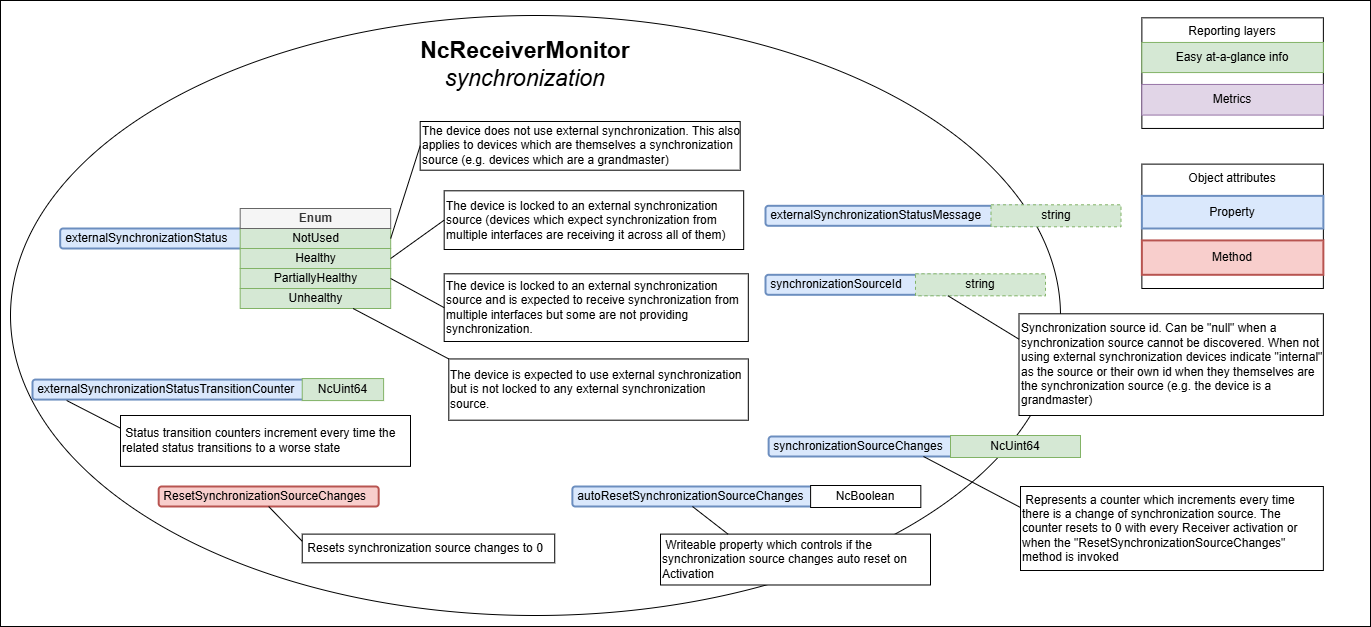
This is docs/images/receiver-model-synchronization.png from AMWA-TV/bcp-008-01, a draw.io export, as it was before one commit. Source tidied: cells renumbered, new cells last; positions are measured from the earlier drawing's top-left corner, leaving out a move shared by most shapes.
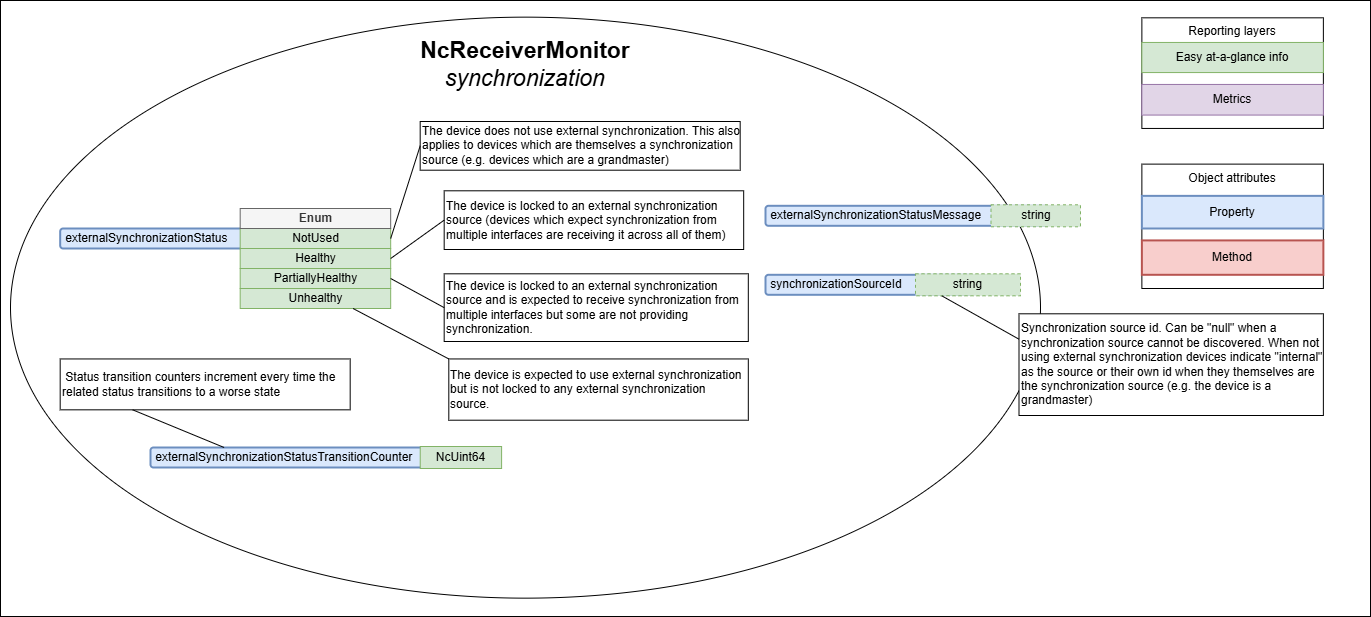
The same diagram one commit later.

Change to the diagram source:
```diff
@@ -3,10 +3,10 @@
     <mxCell id="0" />
     <mxCell id="1" parent="0" />
     <mxCell id="2" style="rounded=0;whiteSpace=wrap;html=1;" parent="1" vertex="1">
-      <mxGeometry width="1370" height="626" as="geometry" />
+      <mxGeometry width="1370" height="616" as="geometry" />
     </mxCell>
     <mxCell id="3" style="ellipse;whiteSpace=wrap;html=1;" parent="1" vertex="1">
-      <mxGeometry x="10" y="15" width="1050" height="600" as="geometry" />
+      <mxGeometry x="10" y="16.7" width="1030" height="581" as="geometry" />
     </mxCell>
     <mxCell id="4" value="Reporting layers" style="rounded=0;whiteSpace=wrap;html=1;horizontal=1;verticalAlign=top;" parent="1" vertex="1">
       <mxGeometry x="1141.4" y="17.3" width="181.5" height="110.6" as="geometry" />
@@ -45,7 +45,7 @@
       <mxGeometry x="765" y="274.3" width="206.5" height="20" as="geometry" />
     </mxCell>
     <mxCell id="16" value="string" style="rounded=0;whiteSpace=wrap;html=1;dashed=1;fillColor=#d5e8d4;strokeColor=#82b366;" parent="1" vertex="1">
-      <mxGeometry x="915" y="273.3" width="130" height="22" as="geometry" />
+      <mxGeometry x="915" y="273.3" width="105" height="22" as="geometry" />
     </mxCell>
     <mxCell id="17" value="The device is locked to an external&amp;nbsp;&lt;span style=&quot;background-color: initial;&quot;&gt;synchronization source&amp;nbsp;&lt;/span&gt;(devices which expect synchronization from multiple interfaces are receiving it across all of them)" style="text;html=1;strokeColor=default;fillColor=default;align=left;verticalAlign=middle;whiteSpace=wrap;rounded=0;" parent="1" vertex="1">
       <mxGeometry x="443.7" y="190.3" width="299.5" height="58.7" as="geometry" />
@@ -81,7 +81,7 @@
       <mxGeometry x="765" y="205.3" width="283" height="20" as="geometry" />
     </mxCell>
     <mxCell id="28" value="string" style="rounded=0;whiteSpace=wrap;html=1;dashed=1;fillColor=#d5e8d4;strokeColor=#82b366;" parent="1" vertex="1">
-      <mxGeometry x="990.5" y="204.3" width="130" height="22" as="geometry" />
+      <mxGeometry x="990.5" y="204.3" width="89.5" height="22" as="geometry" />
     </mxCell>
     <mxCell id="29" style="endArrow=none;html=1;rounded=0;entryX=0;entryY=0.5;entryDx=0;entryDy=0;exitX=1;exitY=0.5;exitDx=0;exitDy=0;" parent="1" edge="1" source="26" target="25">
       <mxGeometry relative="1" as="geometry" />
@@ -89,49 +89,31 @@
     <mxCell id="30" style="endArrow=none;html=1;rounded=0;entryX=0;entryY=0.5;entryDx=0;entryDy=0;exitX=1;exitY=0.5;exitDx=0;exitDy=0;" parent="1" edge="1" source="18" target="17">
       <mxGeometry relative="1" as="geometry" />
     </mxCell>
-    <mxCell id="31" value="&amp;nbsp;ResetSynchronizationSourceChanges" style="rounded=1;whiteSpace=wrap;html=1;align=left;fillColor=#f8cecc;strokeColor=#b85450;strokeWidth=2;" parent="1" vertex="1">
-      <mxGeometry x="158.2" y="486" width="220" height="20" as="geometry" />
-    </mxCell>
-    <mxCell id="32" value="&amp;nbsp;Resets synchronization source changes to 0" style="text;html=1;strokeColor=default;fillColor=default;align=left;verticalAlign=middle;whiteSpace=wrap;rounded=0;" parent="1" vertex="1">
-      <mxGeometry x="301.7" y="533.6" width="252.5" height="28.7" as="geometry" />
-    </mxCell>
-    <mxCell id="33" style="endArrow=none;html=1;rounded=0;entryX=0;entryY=0.25;entryDx=0;entryDy=0;exitX=0.5;exitY=1;exitDx=0;exitDy=0;" parent="1" edge="1" source="31" target="32">
-      <mxGeometry relative="1" as="geometry" />
+    <mxCell id="33" style="endArrow=none;html=1;rounded=0;entryX=0;entryY=0.25;entryDx=0;entryDy=0;exitX=0.5;exitY=1;exitDx=0;exitDy=0;" parent="1" edge="1" target="x">
+      <mxGeometry relative="1" as="geometry">
+        <mxPoint x="268.2" y="506" as="sourcePoint" />
+      </mxGeometry>
     </mxCell>
-    <mxCell id="34" value="&amp;nbsp;synchronizationSourceChanges" style="rounded=1;whiteSpace=wrap;html=1;align=left;fillColor=#dae8fc;strokeColor=#6c8ebf;strokeWidth=2;" parent="1" vertex="1">
-      <mxGeometry x="768.1" y="436" width="206.5" height="20" as="geometry" />
-    </mxCell>
-    <mxCell id="35" value="NcUint64" style="rounded=0;whiteSpace=wrap;html=1;fillColor=#d5e8d4;strokeColor=#82b366;" parent="1" vertex="1">
-      <mxGeometry x="950" y="435" width="130" height="22" as="geometry" />
-    </mxCell>
-    <mxCell id="36" value="&amp;nbsp;Represents a counter which increments every time there is a change of synchronization source. The counter resets to 0 with every Receiver activation or when the &quot;ResetSynchronizationSourceChanges&quot; method is invoked" style="text;html=1;strokeColor=default;fillColor=default;align=left;verticalAlign=middle;whiteSpace=wrap;rounded=0;" parent="1" vertex="1">
-      <mxGeometry x="1020" y="486" width="302.9" height="84" as="geometry" />
-    </mxCell>
-    <mxCell id="37" style="endArrow=none;html=1;rounded=0;entryX=0;entryY=0.25;entryDx=0;entryDy=0;exitX=0.75;exitY=1;exitDx=0;exitDy=0;" parent="1" edge="1" source="34" target="36">
-      <mxGeometry relative="1" as="geometry" />
+    <mxCell id="37" style="endArrow=none;html=1;rounded=0;entryX=0;entryY=0.25;entryDx=0;entryDy=0;exitX=0.75;exitY=1;exitDx=0;exitDy=0;" parent="1" edge="1" target="x">
+      <mxGeometry relative="1" as="geometry">
+        <mxPoint x="923" y="456" as="sourcePoint" />
+      </mxGeometry>
     </mxCell>
-    <mxCell id="38" value="&amp;nbsp;autoResetSynchronizationSourceChanges" style="rounded=1;whiteSpace=wrap;html=1;align=left;fillColor=#dae8fc;strokeColor=#6c8ebf;strokeWidth=2;" parent="1" vertex="1">
-      <mxGeometry x="571.9" y="486" width="240.2" height="20" as="geometry" />
-    </mxCell>
-    <mxCell id="39" value="NcBoolean" style="rounded=0;whiteSpace=wrap;html=1;" parent="1" vertex="1">
-      <mxGeometry x="810.1" y="485" width="110.2" height="22" as="geometry" />
-    </mxCell>
-    <mxCell id="40" value="&amp;nbsp;Writeable property which controls if the synchronization source changes auto reset on Activation" style="text;html=1;strokeColor=default;fillColor=default;align=left;verticalAlign=middle;whiteSpace=wrap;rounded=0;" parent="1" vertex="1">
-      <mxGeometry x="660" y="533.6" width="270" height="50.9" as="geometry" />
-    </mxCell>
-    <mxCell id="41" style="endArrow=none;html=1;rounded=0;entryX=0.25;entryY=0;entryDx=0;entryDy=0;exitX=0.5;exitY=1;exitDx=0;exitDy=0;" parent="1" edge="1" source="38" target="40">
-      <mxGeometry relative="1" as="geometry" />
+    <mxCell id="41" style="endArrow=none;html=1;rounded=0;entryX=0.25;entryY=0;entryDx=0;entryDy=0;exitX=0.5;exitY=1;exitDx=0;exitDy=0;" parent="1" edge="1" target="x">
+      <mxGeometry relative="1" as="geometry">
+        <mxPoint x="692" y="506" as="sourcePoint" />
+      </mxGeometry>
     </mxCell>
     <mxCell id="42" value="&amp;nbsp;externalSynchronizationStatusTransitionCounter" style="rounded=1;whiteSpace=wrap;html=1;align=left;fillColor=#dae8fc;strokeColor=#6c8ebf;strokeWidth=2;" parent="1" vertex="1">
-      <mxGeometry x="32" y="379.1" width="294.4" height="20" as="geometry" />
+      <mxGeometry x="150" y="447" width="294.4" height="20" as="geometry" />
     </mxCell>
     <mxCell id="43" value="NcUint64" style="rounded=0;whiteSpace=wrap;html=1;fillColor=#d5e8d4;strokeColor=#82b366;" parent="1" vertex="1">
-      <mxGeometry x="301.7" y="378.1" width="81.4" height="22" as="geometry" />
+      <mxGeometry x="419.7" y="446" width="81.4" height="22" as="geometry" />
     </mxCell>
     <mxCell id="44" value="&amp;nbsp;Status transition counters increment every time the related status transitions to a worse state" style="text;html=1;strokeColor=default;fillColor=default;align=left;verticalAlign=middle;whiteSpace=wrap;rounded=0;" parent="1" vertex="1">
-      <mxGeometry x="120" y="415" width="290" height="50.9" as="geometry" />
+      <mxGeometry x="59.7" y="358.4" width="290" height="50.9" as="geometry" />
     </mxCell>
-    <mxCell id="45" style="endArrow=none;html=1;rounded=0;entryX=0;entryY=0.25;entryDx=0;entryDy=0;exitX=0.116;exitY=1.046;exitDx=0;exitDy=0;exitPerimeter=0;" parent="1" edge="1" source="42" target="44">
+    <mxCell id="45" style="endArrow=none;html=1;rounded=0;entryX=0.25;entryY=1;entryDx=0;entryDy=0;exitX=0.25;exitY=0;exitDx=0;exitDy=0;" parent="1" edge="1" source="42" target="44">
       <mxGeometry relative="1" as="geometry" />
     </mxCell>
   </root>
```
